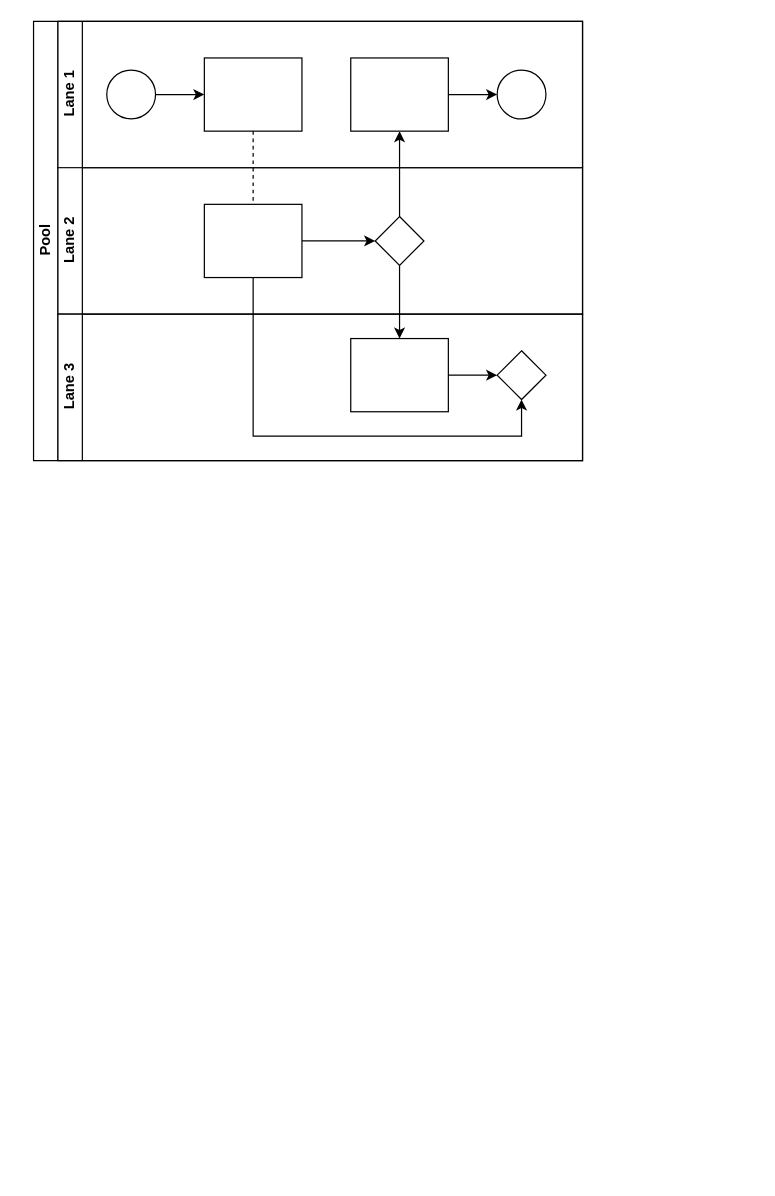
Earlier version of the draw.io diagram Untitled Diagram.drawio (aliang9585/drawer). Source tidied: cells renumbered, new cells numbered last; positions are measured from the earlier drawing's top-left corner, leaving out a move shared by most shapes. Both pictures are drawn from the tidied source at 122%, with x=0, y=0 at pixel (33, 21).
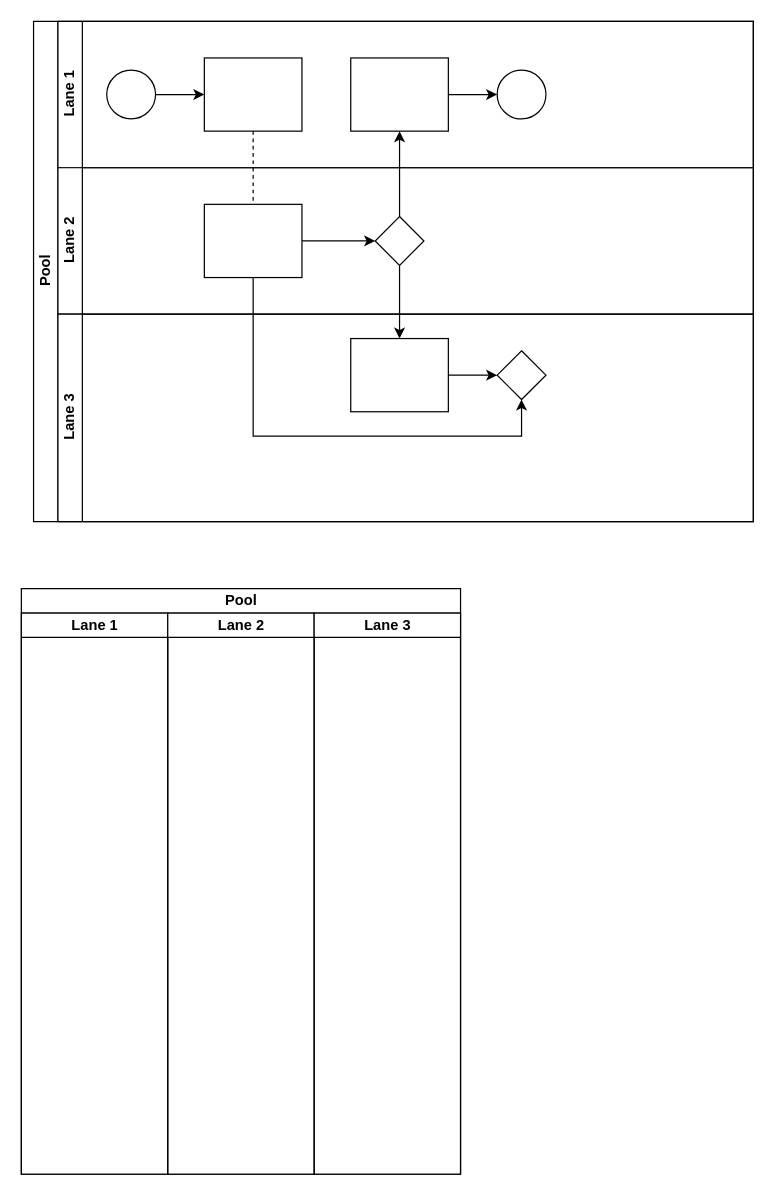
After the change.

What changed in the source:
```diff
@@
     <mxCell id="2" value="Pool" style="swimlane;html=1;horizontal=0;startSize=20;" parent="1" vertex="1">
-      <mxGeometry width="450" height="360" as="geometry" />
+      <mxGeometry width="590" height="410" as="geometry" />
     </mxCell>
@@
     <mxCell id="7" value="Lane 1" style="swimlane;html=1;startSize=20;horizontal=0;" parent="2" vertex="1">
-      <mxGeometry x="20" width="430" height="120" as="geometry" />
+      <mxGeometry x="20" width="570" height="120" as="geometry" />
     </mxCell>
@@
     <mxCell id="14" value="Lane 2" style="swimlane;html=1;startSize=20;horizontal=0;" parent="2" vertex="1">
-      <mxGeometry x="20" y="120" width="430" height="120" as="geometry" />
+      <mxGeometry x="20" y="120" width="570" height="120" as="geometry" />
     </mxCell>
@@
     <mxCell id="18" value="Lane 3" style="swimlane;html=1;startSize=20;horizontal=0;" parent="2" vertex="1">
-      <mxGeometry x="20" y="240" width="430" height="120" as="geometry" />
+      <mxGeometry x="20" y="240" width="570" height="170" as="geometry" />
     </mxCell>
@@
+    <mxCell id="22" value="Pool" style="swimlane;html=1;startSize=20;" parent="1" vertex="1">
+      <mxGeometry x="-10" y="465" width="360" height="480" as="geometry" />
+    </mxCell>
+    <mxCell id="23" value="Lane 1" style="swimlane;html=1;startSize=20;" parent="22" vertex="1">
+      <mxGeometry y="20" width="120" height="460" as="geometry" />
+    </mxCell>
+    <mxCell id="24" value="Lane 2" style="swimlane;html=1;startSize=20;" parent="22" vertex="1">
+      <mxGeometry x="120" y="20" width="120" height="460" as="geometry" />
+    </mxCell>
+    <mxCell id="25" value="Lane 3" style="swimlane;html=1;startSize=20;" parent="22" vertex="1">
+      <mxGeometry x="240" y="20" width="120" height="460" as="geometry" />
+    </mxCell>
```
